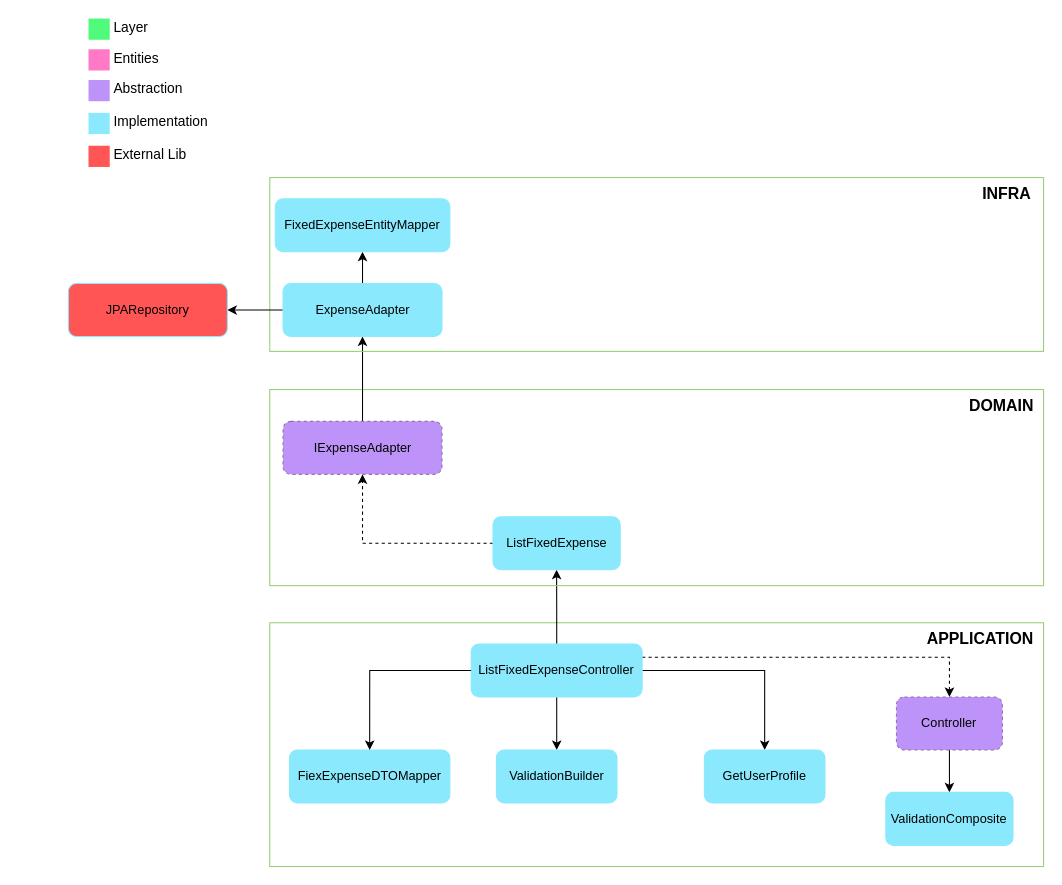
The draw.io diagram docs/useCases/expenses/listFixedExpense/listFixedExpense.drawio in gervasioartur/walletwise-api, before the edit. Source tidied: cells renumbered, new cells numbered last; positions are measured from the earlier drawing's top-left corner, leaving out a move shared by most shapes. Both pictures are drawn from the tidied source at 106%, with x=0, y=0 at pixel (68, 18).
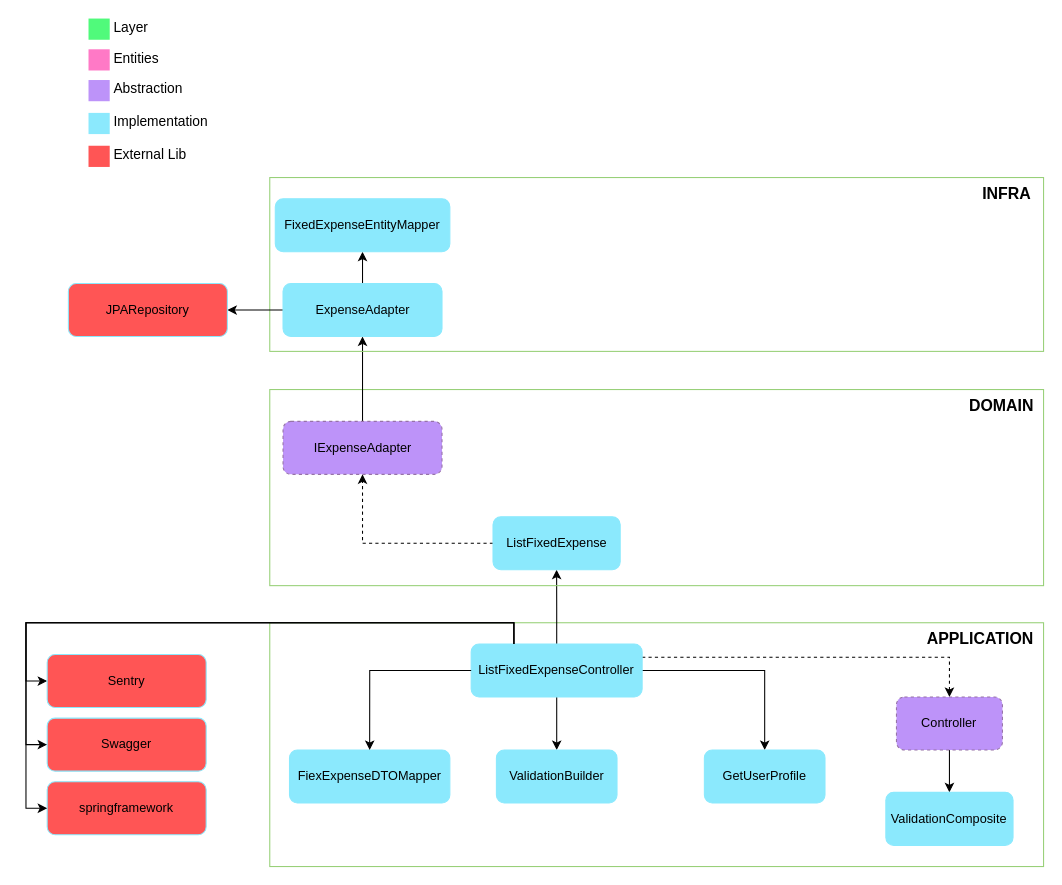
The same diagram, later.

Commit message (it also covers changes not shown here):
docs: add sentry dependency in dependency diagrams

Unchanged cells that the change refers to:
```xml
<mxCell id="7" value="ListFixedExpenseController" style="rounded=1;whiteSpace=wrap;html=1;strokeColor=#8BE9FD;fillColor=#8BE9FD;" parent="1" vertex="1">
  <mxGeometry x="380" y="590" width="161.3" height="50" as="geometry" />
</mxCell>
```

What changed in the source:
```diff
@@
+    <mxCell id="41" style="edgeStyle=orthogonalEdgeStyle;rounded=0;jettySize=auto;html=1;entryX=0;entryY=0.5;entryDx=0;entryDy=0;exitX=0.25;exitY=0;exitDx=0;exitDy=0;" parent="1" edge="1" source="7" target="42">
+      <mxGeometry relative="1" as="geometry" />
+    </mxCell>
+    <mxCell id="42" value="Sentry" style="rounded=1;whiteSpace=wrap;html=1;strokeColor=#8BE9FD;fillColor=#FF5555;" parent="1" vertex="1">
+      <mxGeometry x="-20" y="600" width="150" height="50" as="geometry" />
+    </mxCell>
+    <mxCell id="43" value="Swagger" style="rounded=1;whiteSpace=wrap;html=1;strokeColor=#8BE9FD;fillColor=#FF5555;" parent="1" vertex="1">
+      <mxGeometry x="-20" y="660" width="150" height="50" as="geometry" />
+    </mxCell>
+    <mxCell id="44" value="springframework" style="rounded=1;whiteSpace=wrap;html=1;strokeColor=#8BE9FD;fillColor=#FF5555;" parent="1" vertex="1">
+      <mxGeometry x="-20" y="720" width="150" height="50" as="geometry" />
+    </mxCell>
+    <mxCell id="45" style="edgeStyle=orthogonalEdgeStyle;rounded=0;jettySize=auto;html=1;entryX=0;entryY=0.5;entryDx=0;entryDy=0;exitX=0.25;exitY=0;exitDx=0;exitDy=0;" parent="1" edge="1" source="7" target="43">
+      <mxGeometry relative="1" as="geometry" />
+    </mxCell>
+    <mxCell id="46" style="edgeStyle=orthogonalEdgeStyle;rounded=0;jettySize=auto;html=1;entryX=0;entryY=0.5;entryDx=0;entryDy=0;exitX=0.25;exitY=0;exitDx=0;exitDy=0;" parent="1" edge="1" source="7" target="44">
+      <mxGeometry relative="1" as="geometry" />
+    </mxCell>
```
